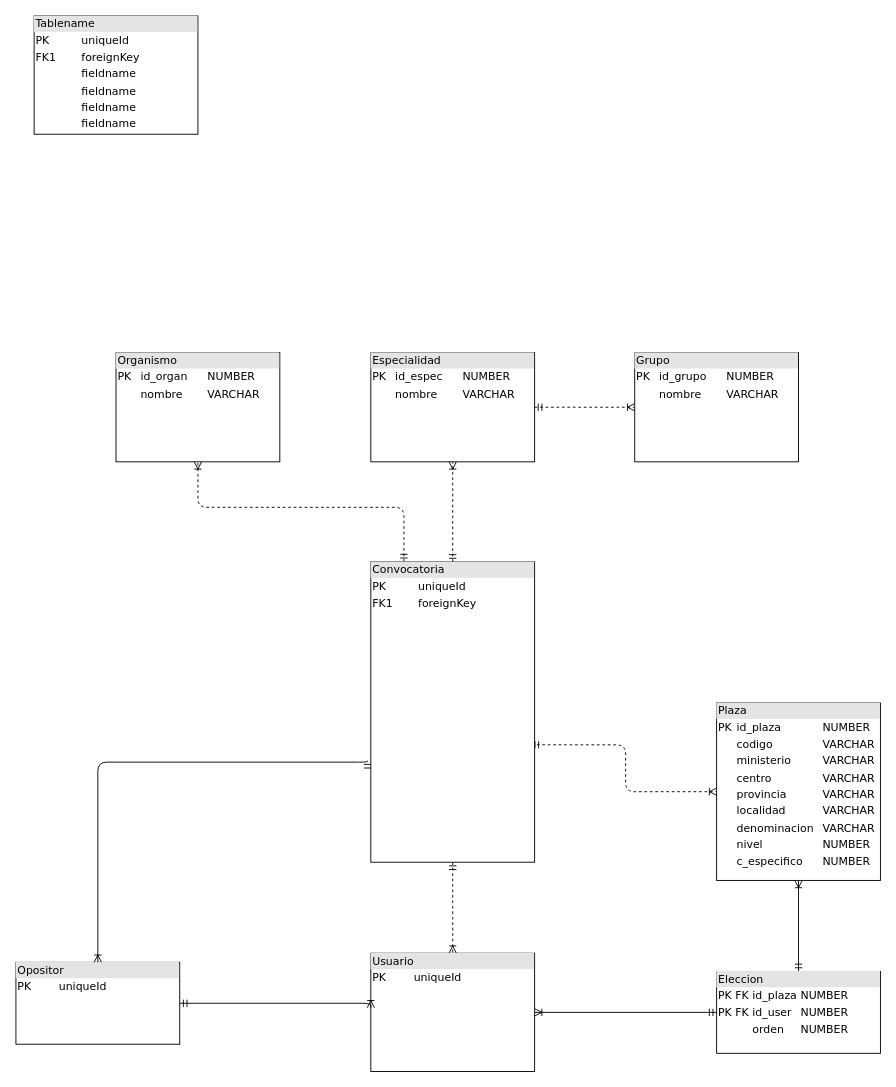
This is diagramas/simuladordestinos.drawio from Castillo82/simuladordestinos, a draw.io file, before an edit. Source tidied: cells renumbered, new cells numbered last; positions are measured from the earlier drawing's top-left corner, leaving out a move shared by most shapes. Both pictures are drawn from the tidied source at 91%, with x=0, y=0 at pixel (15, 15).
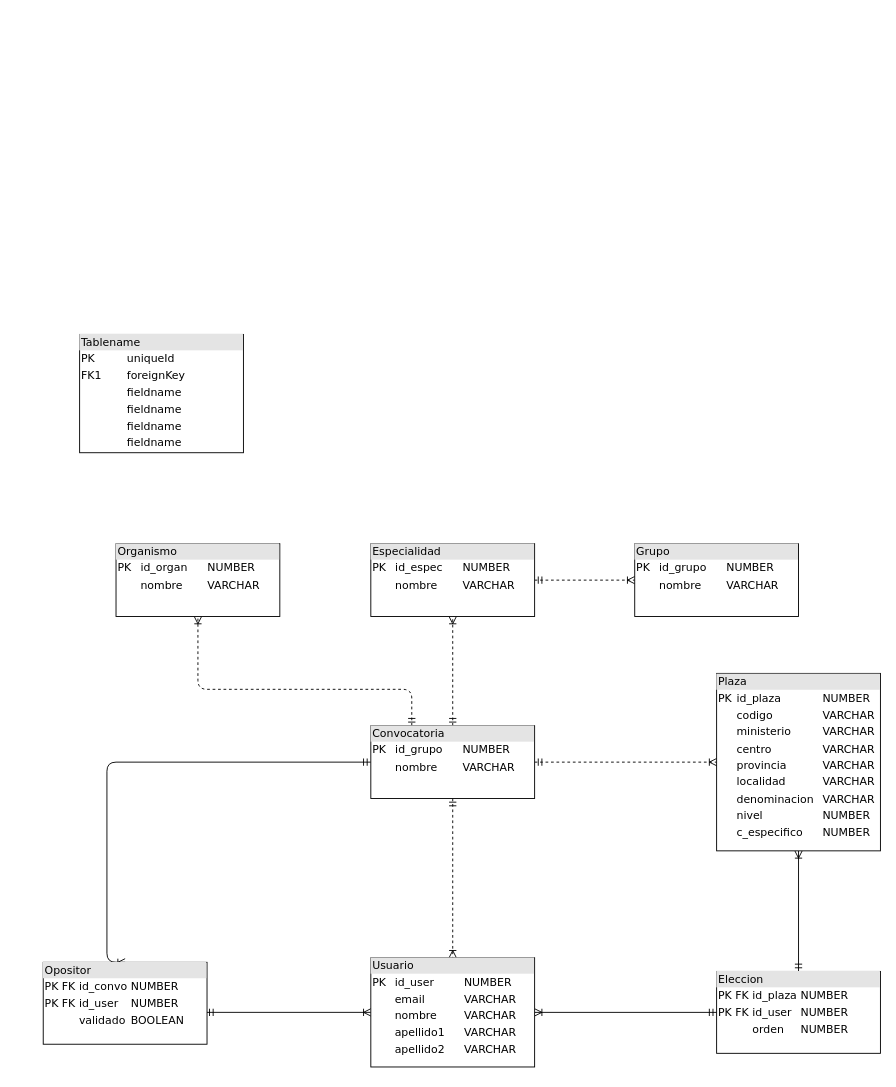
The same page after the edit.

The change refers to these unchanged cells:
```xml
<mxCell id="9" value="&lt;div style=&quot;box-sizing: border-box ; width: 100% ; background: #e4e4e4 ; padding: 2px&quot;&gt;Eleccion&lt;/div&gt;&lt;table cellspacing=&quot;0&quot; cellpadding=&quot;2&quot;&gt;&lt;tbody&gt;&lt;tr&gt;&lt;td&gt;PK FK&lt;br&gt;&lt;/td&gt;&lt;td&gt;id_plaza&lt;br&gt;&lt;/td&gt;&lt;td&gt;NUMBER&lt;br&gt;&lt;/td&gt;&lt;/tr&gt;&lt;tr&gt;&lt;td&gt;PK FK&lt;br&gt;&lt;/td&gt;&lt;td&gt;id_user&lt;br&gt;&lt;/td&gt;&lt;td&gt;NUMBER&lt;br&gt;&lt;/td&gt;&lt;/tr&gt;&lt;tr&gt;&lt;td&gt;&lt;br&gt;&lt;/td&gt;&lt;td&gt;orden&lt;br&gt;&lt;/td&gt;&lt;td&gt;NUMBER&lt;br&gt;&lt;/td&gt;&lt;/tr&gt;&lt;tr&gt;&lt;td&gt;&lt;br&gt;&lt;/td&gt;&lt;td&gt;&lt;br&gt;&lt;/td&gt;&lt;td&gt;&lt;br&gt;&lt;/td&gt;&lt;/tr&gt;&lt;tr&gt;&lt;td&gt;&lt;br&gt;&lt;/td&gt;&lt;td&gt;&lt;br&gt;&lt;/td&gt;&lt;td&gt;&lt;br&gt;&lt;/td&gt;&lt;/tr&gt;&lt;/tbody&gt;&lt;/table&gt;" style="verticalAlign=top;align=left;overflow=fill;html=1;rounded=0;shadow=0;comic=0;labelBackgroundColor=none;strokeWidth=1;fontFamily=Verdana;fontSize=12;" parent="1" vertex="1">
  <mxGeometry x="770" y="1050" width="180" height="90" as="geometry" />
</mxCell>
```

Diff of the diagram source:
```diff
@@
-    <mxCell id="2" style="edgeStyle=orthogonalEdgeStyle;html=1;dashed=1;labelBackgroundColor=none;startArrow=ERmandOne;endArrow=ERoneToMany;fontFamily=Verdana;fontSize=12;align=left;entryX=0.5;entryY=1;entryDx=0;entryDy=0;" parent="1" edge="1" source="11" target="18">
+    <mxCell id="2" style="edgeStyle=orthogonalEdgeStyle;html=1;dashed=1;labelBackgroundColor=none;startArrow=ERmandOne;endArrow=ERoneToMany;fontFamily=Verdana;fontSize=12;align=left;entryX=0.5;entryY=1;entryDx=0;entryDy=0;" parent="1" edge="1" source="22" target="18">
       <mxGeometry relative="1" as="geometry" />
     </mxCell>
-    <mxCell id="3" style="edgeStyle=orthogonalEdgeStyle;html=1;dashed=1;labelBackgroundColor=none;startArrow=ERmandOne;endArrow=ERoneToMany;fontFamily=Verdana;fontSize=12;align=left;entryX=0.5;entryY=1;entryDx=0;entryDy=0;exitX=0.202;exitY=-0.001;exitDx=0;exitDy=0;exitPerimeter=0;" parent="1" edge="1" source="11" target="19">
+    <mxCell id="3" style="edgeStyle=orthogonalEdgeStyle;html=1;dashed=1;labelBackgroundColor=none;startArrow=ERmandOne;endArrow=ERoneToMany;fontFamily=Verdana;fontSize=12;align=left;entryX=0.5;entryY=1;entryDx=0;entryDy=0;exitX=0.25;exitY=0;exitDx=0;exitDy=0;" parent="1" edge="1" source="22" target="19">
       <mxGeometry relative="1" as="geometry">
         <Array as="points">
-          <mxPoint x="426" y="540" />
-          <mxPoint x="200" y="540" />
+          <mxPoint x="435" y="740" />
+          <mxPoint x="200" y="740" />
         </Array>
       </mxGeometry>
     </mxCell>
@@
-    <mxCell id="5" style="edgeStyle=orthogonalEdgeStyle;html=1;exitX=0.98;exitY=0.609;entryX=0;entryY=0.5;dashed=1;labelBackgroundColor=none;startArrow=ERmandOne;endArrow=ERoneToMany;fontFamily=Verdana;fontSize=12;align=left;exitDx=0;exitDy=0;exitPerimeter=0;entryDx=0;entryDy=0;" parent="1" edge="1" source="11" target="6">
+    <mxCell id="5" style="edgeStyle=orthogonalEdgeStyle;html=1;entryX=0;entryY=0.5;dashed=1;labelBackgroundColor=none;startArrow=ERmandOne;endArrow=ERoneToMany;fontFamily=Verdana;fontSize=12;align=left;entryDx=0;entryDy=0;" parent="1" edge="1" source="22" target="6">
       <mxGeometry relative="1" as="geometry" />
     </mxCell>
     <mxCell id="6" value="&lt;div style=&quot;box-sizing: border-box ; width: 100% ; background: #e4e4e4 ; padding: 2px&quot;&gt;Plaza&lt;br&gt;&lt;/div&gt;&lt;table style=&quot;width: 100% ; font-size: 1em&quot; cellspacing=&quot;0&quot; cellpadding=&quot;2&quot;&gt;&lt;tbody&gt;&lt;tr&gt;&lt;td&gt;PK&lt;br&gt;&lt;/td&gt;&lt;td&gt;id_plaza&lt;br&gt;&lt;/td&gt;&lt;td&gt;NUMBER&lt;br&gt;&lt;/td&gt;&lt;/tr&gt;&lt;tr&gt;&lt;td&gt;&lt;br&gt;&lt;/td&gt;&lt;td&gt;codigo&lt;br&gt;&lt;/td&gt;&lt;td&gt;VARCHAR&lt;br&gt;&lt;/td&gt;&lt;/tr&gt;&lt;tr&gt;&lt;td&gt;&lt;br&gt;&lt;/td&gt;&lt;td&gt;ministerio&lt;br&gt;&lt;/td&gt;&lt;td&gt;VARCHAR&lt;br&gt;&lt;/td&gt;&lt;/tr&gt;&lt;tr&gt;&lt;td&gt;&lt;br&gt;&lt;/td&gt;&lt;td&gt;centro&lt;br&gt;&lt;/td&gt;&lt;td&gt;VARCHAR&lt;/td&gt;&lt;/tr&gt;&lt;tr&gt;&lt;td&gt;&lt;br&gt;&lt;/td&gt;&lt;td&gt;provincia&lt;br&gt;&lt;/td&gt;&lt;td&gt;VARCHAR&lt;/td&gt;&lt;/tr&gt;&lt;tr&gt;&lt;td&gt;&lt;br&gt;&lt;/td&gt;&lt;td&gt;localidad&lt;br&gt;&lt;/td&gt;&lt;td&gt;VARCHAR&lt;/td&gt;&lt;/tr&gt;&lt;tr&gt;&lt;td&gt;&lt;br&gt;&lt;/td&gt;&lt;td&gt;denominacion&lt;br&gt;&lt;/td&gt;&lt;td&gt;VARCHAR&lt;/td&gt;&lt;/tr&gt;&lt;tr&gt;&lt;td&gt;&lt;br&gt;&lt;/td&gt;&lt;td&gt;nivel&lt;br&gt;&lt;/td&gt;&lt;td&gt;NUMBER&lt;br&gt;&lt;/td&gt;&lt;/tr&gt;&lt;tr&gt;&lt;td&gt;&lt;br&gt;&lt;/td&gt;&lt;td&gt;c_especifico&lt;br&gt;&lt;/td&gt;&lt;td&gt;NUMBER&lt;br&gt;&lt;/td&gt;&lt;/tr&gt;&lt;/tbody&gt;&lt;/table&gt;" style="verticalAlign=top;align=left;overflow=fill;html=1;rounded=0;shadow=0;comic=0;labelBackgroundColor=none;strokeWidth=1;fontFamily=Verdana;fontSize=12;" parent="1" vertex="1">
-      <mxGeometry x="770" y="755" width="180" height="195" as="geometry" />
+      <mxGeometry x="770" y="722.5" width="180" height="195" as="geometry" />
     </mxCell>
-    <mxCell id="7" value="&lt;div style=&quot;box-sizing: border-box ; width: 100% ; background: #e4e4e4 ; padding: 2px&quot;&gt;Opositor&lt;/div&gt;&lt;table style=&quot;width: 100% ; font-size: 1em&quot; cellspacing=&quot;0&quot; cellpadding=&quot;2&quot;&gt;&lt;tbody&gt;&lt;tr&gt;&lt;td&gt;PK&lt;/td&gt;&lt;td&gt;uniqueId&lt;/td&gt;&lt;/tr&gt;&lt;tr&gt;&lt;td&gt;&lt;br&gt;&lt;/td&gt;&lt;td&gt;&lt;br&gt;&lt;/td&gt;&lt;/tr&gt;&lt;tr&gt;&lt;td&gt;&lt;br&gt;&lt;/td&gt;&lt;td&gt;&lt;br&gt;&lt;/td&gt;&lt;/tr&gt;&lt;tr&gt;&lt;td&gt;&lt;br&gt;&lt;/td&gt;&lt;td&gt;&lt;br&gt;&lt;/td&gt;&lt;/tr&gt;&lt;/tbody&gt;&lt;/table&gt;" style="verticalAlign=top;align=left;overflow=fill;html=1;rounded=0;shadow=0;comic=0;labelBackgroundColor=none;strokeWidth=1;fontFamily=Verdana;fontSize=12;" parent="1" vertex="1">
-      <mxGeometry y="1040" width="180" height="90" as="geometry" />
-    </mxCell>
-    <mxCell id="8" style="edgeStyle=orthogonalEdgeStyle;html=1;entryX=0.5;entryY=0;labelBackgroundColor=none;startArrow=ERmandOne;endArrow=ERoneToMany;fontFamily=Verdana;fontSize=12;align=left;exitX=-0.02;exitY=0.662;exitDx=0;exitDy=0;exitPerimeter=0;" parent="1" edge="1" source="11" target="7">
+    <mxCell id="8" style="edgeStyle=orthogonalEdgeStyle;html=1;entryX=0.5;entryY=0;labelBackgroundColor=none;startArrow=ERmandOne;endArrow=ERoneToMany;fontFamily=Verdana;fontSize=12;align=left;exitX=0;exitY=0.5;exitDx=0;exitDy=0;entryDx=0;entryDy=0;" parent="1" edge="1" source="22" target="20">
       <mxGeometry relative="1" as="geometry">
         <Array as="points">
-          <mxPoint x="386" y="820" />
-          <mxPoint x="90" y="820" />
+          <mxPoint x="100" y="820" />
+          <mxPoint x="100" y="1040" />
         </Array>
       </mxGeometry>
     </mxCell>
@@
-    <mxCell id="10" style="edgeStyle=orthogonalEdgeStyle;html=1;entryX=0.5;entryY=0;labelBackgroundColor=none;startArrow=ERmandOne;endArrow=ERoneToMany;fontFamily=Verdana;fontSize=12;align=left;dashed=1;entryDx=0;entryDy=0;" parent="1" edge="1" source="11" target="15">
+    <mxCell id="10" style="edgeStyle=orthogonalEdgeStyle;html=1;labelBackgroundColor=none;startArrow=ERmandOne;endArrow=ERoneToMany;fontFamily=Verdana;fontSize=12;align=left;dashed=1;" parent="1" edge="1" source="22" target="21">
       <mxGeometry relative="1" as="geometry" />
     </mxCell>
-    <mxCell id="11" value="&lt;div style=&quot;box-sizing: border-box ; width: 100% ; background: #e4e4e4 ; padding: 2px&quot;&gt;Convocatoria&lt;/div&gt;&lt;table style=&quot;width: 100% ; font-size: 1em&quot; cellspacing=&quot;0&quot; cellpadding=&quot;2&quot;&gt;&lt;tbody&gt;&lt;tr&gt;&lt;td&gt;PK&lt;/td&gt;&lt;td&gt;uniqueId&lt;/td&gt;&lt;/tr&gt;&lt;tr&gt;&lt;td&gt;FK1&lt;/td&gt;&lt;td&gt;foreignKey&lt;/td&gt;&lt;/tr&gt;&lt;tr&gt;&lt;td&gt;&lt;br&gt;&lt;/td&gt;&lt;td&gt;&lt;br&gt;&lt;/td&gt;&lt;/tr&gt;&lt;tr&gt;&lt;td&gt;&lt;br&gt;&lt;/td&gt;&lt;td&gt;&lt;br&gt;&lt;/td&gt;&lt;/tr&gt;&lt;tr&gt;&lt;td&gt;&lt;br&gt;&lt;/td&gt;&lt;td&gt;&lt;br&gt;&lt;/td&gt;&lt;/tr&gt;&lt;tr&gt;&lt;td&gt;&lt;br&gt;&lt;/td&gt;&lt;td&gt;&lt;br&gt;&lt;/td&gt;&lt;/tr&gt;&lt;tr&gt;&lt;td&gt;&lt;br&gt;&lt;/td&gt;&lt;td&gt;&lt;br&gt;&lt;/td&gt;&lt;/tr&gt;&lt;tr&gt;&lt;td&gt;&lt;br&gt;&lt;/td&gt;&lt;td&gt;&lt;br&gt;&lt;/td&gt;&lt;/tr&gt;&lt;tr&gt;&lt;td&gt;&lt;br&gt;&lt;/td&gt;&lt;td&gt;&lt;br&gt;&lt;/td&gt;&lt;/tr&gt;&lt;tr&gt;&lt;td&gt;&lt;br&gt;&lt;/td&gt;&lt;td&gt;&lt;br&gt;&lt;/td&gt;&lt;/tr&gt;&lt;tr&gt;&lt;td&gt;&lt;br&gt;&lt;/td&gt;&lt;td&gt;&lt;br&gt;&lt;/td&gt;&lt;/tr&gt;&lt;tr&gt;&lt;td&gt;&lt;br&gt;&lt;/td&gt;&lt;td&gt;&lt;br&gt;&lt;/td&gt;&lt;/tr&gt;&lt;tr&gt;&lt;td&gt;&lt;br&gt;&lt;/td&gt;&lt;td&gt;&lt;br&gt;&lt;/td&gt;&lt;/tr&gt;&lt;tr&gt;&lt;td&gt;&lt;br&gt;&lt;/td&gt;&lt;td&gt;&lt;br&gt;&lt;/td&gt;&lt;/tr&gt;&lt;tr&gt;&lt;td&gt;&lt;br&gt;&lt;/td&gt;&lt;td&gt;&lt;br&gt;&lt;/td&gt;&lt;/tr&gt;&lt;tr&gt;&lt;td&gt;&lt;br&gt;&lt;/td&gt;&lt;td&gt;&lt;br&gt;&lt;/td&gt;&lt;/tr&gt;&lt;tr&gt;&lt;td&gt;&lt;br&gt;&lt;/td&gt;&lt;td&gt;&lt;br&gt;&lt;/td&gt;&lt;/tr&gt;&lt;/tbody&gt;&lt;/table&gt;" style="verticalAlign=top;align=left;overflow=fill;html=1;rounded=0;shadow=0;comic=0;labelBackgroundColor=none;strokeWidth=1;fontFamily=Verdana;fontSize=12;" parent="1" vertex="1">
-      <mxGeometry x="390" y="600" width="180" height="330" as="geometry" />
-    </mxCell>
@@
     <mxCell id="13" value="&lt;div style=&quot;box-sizing: border-box ; width: 100% ; background: #e4e4e4 ; padding: 2px&quot;&gt;Tablename&lt;/div&gt;&lt;table style=&quot;width: 100% ; font-size: 1em&quot; cellspacing=&quot;0&quot; cellpadding=&quot;2&quot;&gt;&lt;tbody&gt;&lt;tr&gt;&lt;td&gt;PK&lt;/td&gt;&lt;td&gt;uniqueId&lt;/td&gt;&lt;/tr&gt;&lt;tr&gt;&lt;td&gt;FK1&lt;/td&gt;&lt;td&gt;foreignKey&lt;/td&gt;&lt;/tr&gt;&lt;tr&gt;&lt;td&gt;&lt;br&gt;&lt;/td&gt;&lt;td&gt;fieldname&lt;/td&gt;&lt;/tr&gt;&lt;tr&gt;&lt;td&gt;&lt;br&gt;&lt;/td&gt;&lt;td&gt;fieldname&lt;br&gt;&lt;/td&gt;&lt;/tr&gt;&lt;tr&gt;&lt;td&gt;&lt;br&gt;&lt;/td&gt;&lt;td&gt;fieldname&lt;br&gt;&lt;/td&gt;&lt;/tr&gt;&lt;tr&gt;&lt;td&gt;&lt;br&gt;&lt;/td&gt;&lt;td&gt;fieldname&lt;br&gt;&lt;/td&gt;&lt;/tr&gt;&lt;/tbody&gt;&lt;/table&gt;" style="verticalAlign=top;align=left;overflow=fill;html=1;rounded=0;shadow=0;comic=0;labelBackgroundColor=none;strokeWidth=1;fontFamily=Verdana;fontSize=12;" parent="1" vertex="1">
-      <mxGeometry x="20" width="180" height="130" as="geometry" />
+      <mxGeometry x="70" y="350" width="180" height="130" as="geometry" />
     </mxCell>
     <mxCell id="14" value="&lt;div style=&quot;box-sizing: border-box ; width: 100% ; background: #e4e4e4 ; padding: 2px&quot;&gt;Grupo&lt;/div&gt;&lt;table style=&quot;width: 100% ; font-size: 1em&quot; cellspacing=&quot;0&quot; cellpadding=&quot;2&quot;&gt;&lt;tbody&gt;&lt;tr&gt;&lt;td&gt;PK&lt;br&gt;&lt;/td&gt;&lt;td&gt;id_grupo&lt;br&gt;&lt;/td&gt;&lt;td&gt;NUMBER&lt;br&gt;&lt;/td&gt;&lt;/tr&gt;&lt;tr&gt;&lt;td&gt;&lt;br&gt;&lt;/td&gt;&lt;td&gt;nombre&lt;br&gt;&lt;/td&gt;&lt;td&gt;VARCHAR&lt;br&gt;&lt;/td&gt;&lt;/tr&gt;&lt;tr&gt;&lt;td&gt;&lt;br&gt;&lt;/td&gt;&lt;td&gt;&lt;br&gt;&lt;/td&gt;&lt;td&gt;&lt;br&gt;&lt;/td&gt;&lt;/tr&gt;&lt;tr&gt;&lt;td&gt;&lt;br&gt;&lt;/td&gt;&lt;td&gt;&lt;br&gt;&lt;/td&gt;&lt;td&gt;&lt;br&gt;&lt;/td&gt;&lt;/tr&gt;&lt;tr&gt;&lt;td&gt;&lt;br&gt;&lt;/td&gt;&lt;td&gt;&lt;br&gt;&lt;/td&gt;&lt;td&gt;&lt;br&gt;&lt;/td&gt;&lt;/tr&gt;&lt;/tbody&gt;&lt;/table&gt;" style="verticalAlign=top;align=left;overflow=fill;html=1;rounded=0;shadow=0;comic=0;labelBackgroundColor=none;strokeWidth=1;fontFamily=Verdana;fontSize=12;" parent="1" vertex="1">
-      <mxGeometry x="680" y="370" width="180" height="120" as="geometry" />
+      <mxGeometry x="680" y="580" width="180" height="80" as="geometry" />
     </mxCell>
-    <mxCell id="15" value="&lt;div style=&quot;box-sizing: border-box ; width: 100% ; background: #e4e4e4 ; padding: 2px&quot;&gt;Usuario&lt;/div&gt;&lt;table style=&quot;width: 100% ; font-size: 1em&quot; cellspacing=&quot;0&quot; cellpadding=&quot;2&quot;&gt;&lt;tbody&gt;&lt;tr&gt;&lt;td&gt;PK&lt;/td&gt;&lt;td&gt;uniqueId&lt;/td&gt;&lt;/tr&gt;&lt;tr&gt;&lt;td&gt;&lt;br&gt;&lt;/td&gt;&lt;td&gt;&lt;br&gt;&lt;/td&gt;&lt;/tr&gt;&lt;tr&gt;&lt;td&gt;&lt;br&gt;&lt;/td&gt;&lt;td&gt;&lt;br&gt;&lt;/td&gt;&lt;/tr&gt;&lt;tr&gt;&lt;td&gt;&lt;br&gt;&lt;/td&gt;&lt;td&gt;&lt;br&gt;&lt;/td&gt;&lt;/tr&gt;&lt;tr&gt;&lt;td&gt;&lt;br&gt;&lt;/td&gt;&lt;td&gt;&lt;br&gt;&lt;/td&gt;&lt;/tr&gt;&lt;tr&gt;&lt;td&gt;&lt;br&gt;&lt;/td&gt;&lt;td&gt;&lt;br&gt;&lt;/td&gt;&lt;/tr&gt;&lt;/tbody&gt;&lt;/table&gt;" style="verticalAlign=top;align=left;overflow=fill;html=1;rounded=0;shadow=0;comic=0;labelBackgroundColor=none;strokeWidth=1;fontFamily=Verdana;fontSize=12;" parent="1" vertex="1">
-      <mxGeometry x="390" y="1030" width="180" height="130" as="geometry" />
-    </mxCell>
-    <mxCell id="16" style="edgeStyle=orthogonalEdgeStyle;html=1;labelBackgroundColor=none;startArrow=ERmandOne;endArrow=ERoneToMany;fontFamily=Verdana;fontSize=12;align=left;entryX=1;entryY=0.5;entryDx=0;entryDy=0;exitX=0;exitY=0.5;exitDx=0;exitDy=0;" parent="1" edge="1" source="9" target="15">
+    <mxCell id="16" style="edgeStyle=orthogonalEdgeStyle;html=1;labelBackgroundColor=none;startArrow=ERmandOne;endArrow=ERoneToMany;fontFamily=Verdana;fontSize=12;align=left;entryX=1;entryY=0.5;entryDx=0;entryDy=0;exitX=0;exitY=0.5;exitDx=0;exitDy=0;" parent="1" edge="1" source="9" target="21">
       <mxGeometry relative="1" as="geometry" />
     </mxCell>
-    <mxCell id="17" style="edgeStyle=orthogonalEdgeStyle;html=1;labelBackgroundColor=none;startArrow=ERmandOne;endArrow=ERoneToMany;fontFamily=Verdana;fontSize=12;align=left;exitX=1;exitY=0.5;exitDx=0;exitDy=0;" parent="1" edge="1" source="7">
-      <mxGeometry relative="1" as="geometry">
-        <mxPoint x="390" y="1090" as="targetPoint" />
-        <Array as="points">
-          <mxPoint x="390" y="1085" />
-        </Array>
-      </mxGeometry>
+    <mxCell id="17" style="edgeStyle=orthogonalEdgeStyle;html=1;labelBackgroundColor=none;startArrow=ERmandOne;endArrow=ERoneToMany;fontFamily=Verdana;fontSize=12;align=left;exitX=0.993;exitY=0.611;exitDx=0;exitDy=0;exitPerimeter=0;" parent="1" edge="1" source="20" target="21">
+      <mxGeometry relative="1" as="geometry" />
     </mxCell>
     <mxCell id="18" value="&lt;div style=&quot;box-sizing: border-box ; width: 100% ; background: #e4e4e4 ; padding: 2px&quot;&gt;Especialidad&lt;/div&gt;&lt;table style=&quot;width: 100% ; font-size: 1em&quot; cellspacing=&quot;0&quot; cellpadding=&quot;2&quot;&gt;&lt;tbody&gt;&lt;tr&gt;&lt;td&gt;PK&lt;br&gt;&lt;/td&gt;&lt;td&gt;id_espec&lt;br&gt;&lt;/td&gt;&lt;td&gt;NUMBER&lt;br&gt;&lt;/td&gt;&lt;/tr&gt;&lt;tr&gt;&lt;td&gt;&lt;br&gt;&lt;/td&gt;&lt;td&gt;nombre&lt;br&gt;&lt;/td&gt;&lt;td&gt;VARCHAR&lt;br&gt;&lt;/td&gt;&lt;/tr&gt;&lt;tr&gt;&lt;td&gt;&lt;br&gt;&lt;/td&gt;&lt;td&gt;&lt;br&gt;&lt;/td&gt;&lt;td&gt;&lt;br&gt;&lt;/td&gt;&lt;/tr&gt;&lt;tr&gt;&lt;td&gt;&lt;br&gt;&lt;/td&gt;&lt;td&gt;&lt;br&gt;&lt;/td&gt;&lt;td&gt;&lt;br&gt;&lt;/td&gt;&lt;/tr&gt;&lt;tr&gt;&lt;td&gt;&lt;br&gt;&lt;/td&gt;&lt;td&gt;&lt;br&gt;&lt;/td&gt;&lt;td&gt;&lt;br&gt;&lt;/td&gt;&lt;/tr&gt;&lt;/tbody&gt;&lt;/table&gt;" style="verticalAlign=top;align=left;overflow=fill;html=1;rounded=0;shadow=0;comic=0;labelBackgroundColor=none;strokeWidth=1;fontFamily=Verdana;fontSize=12;" parent="1" vertex="1">
-      <mxGeometry x="390" y="370" width="180" height="120" as="geometry" />
+      <mxGeometry x="390" y="580" width="180" height="80" as="geometry" />
     </mxCell>
     <mxCell id="19" value="&lt;div style=&quot;box-sizing: border-box ; width: 100% ; background: #e4e4e4 ; padding: 2px&quot;&gt;Organismo&lt;/div&gt;&lt;table style=&quot;width: 100% ; font-size: 1em&quot; cellspacing=&quot;0&quot; cellpadding=&quot;2&quot;&gt;&lt;tbody&gt;&lt;tr&gt;&lt;td&gt;PK&lt;br&gt;&lt;/td&gt;&lt;td&gt;id_organ&lt;br&gt;&lt;/td&gt;&lt;td&gt;NUMBER&lt;br&gt;&lt;/td&gt;&lt;/tr&gt;&lt;tr&gt;&lt;td&gt;&lt;br&gt;&lt;/td&gt;&lt;td&gt;nombre&lt;br&gt;&lt;/td&gt;&lt;td&gt;VARCHAR&lt;br&gt;&lt;/td&gt;&lt;/tr&gt;&lt;tr&gt;&lt;td&gt;&lt;br&gt;&lt;/td&gt;&lt;td&gt;&lt;br&gt;&lt;/td&gt;&lt;td&gt;&lt;br&gt;&lt;/td&gt;&lt;/tr&gt;&lt;tr&gt;&lt;td&gt;&lt;br&gt;&lt;/td&gt;&lt;td&gt;&lt;br&gt;&lt;/td&gt;&lt;td&gt;&lt;br&gt;&lt;/td&gt;&lt;/tr&gt;&lt;tr&gt;&lt;td&gt;&lt;br&gt;&lt;/td&gt;&lt;td&gt;&lt;br&gt;&lt;/td&gt;&lt;td&gt;&lt;br&gt;&lt;/td&gt;&lt;/tr&gt;&lt;/tbody&gt;&lt;/table&gt;" style="verticalAlign=top;align=left;overflow=fill;html=1;rounded=0;shadow=0;comic=0;labelBackgroundColor=none;strokeWidth=1;fontFamily=Verdana;fontSize=12;" parent="1" vertex="1">
-      <mxGeometry x="110" y="370" width="180" height="120" as="geometry" />
+      <mxGeometry x="110" y="580" width="180" height="80" as="geometry" />
     </mxCell>
+    <mxCell id="20" value="&lt;div style=&quot;box-sizing: border-box ; width: 100% ; background: #e4e4e4 ; padding: 2px&quot;&gt;Opositor&lt;/div&gt;&lt;table cellspacing=&quot;0&quot; cellpadding=&quot;2&quot;&gt;&lt;tbody&gt;&lt;tr&gt;&lt;td&gt;PK FK&lt;br&gt;&lt;/td&gt;&lt;td&gt;id_convo&lt;br&gt;&lt;/td&gt;&lt;td&gt;NUMBER&lt;br&gt;&lt;/td&gt;&lt;/tr&gt;&lt;tr&gt;&lt;td&gt;PK FK&lt;br&gt;&lt;/td&gt;&lt;td&gt;id_user&lt;br&gt;&lt;/td&gt;&lt;td&gt;NUMBER&lt;br&gt;&lt;/td&gt;&lt;/tr&gt;&lt;tr&gt;&lt;td&gt;&lt;br&gt;&lt;/td&gt;&lt;td&gt;validado&lt;br&gt;&lt;/td&gt;&lt;td&gt;BOOLEAN&lt;br&gt;&lt;/td&gt;&lt;/tr&gt;&lt;tr&gt;&lt;td&gt;&lt;br&gt;&lt;/td&gt;&lt;td&gt;&lt;br&gt;&lt;/td&gt;&lt;td&gt;&lt;br&gt;&lt;/td&gt;&lt;/tr&gt;&lt;tr&gt;&lt;td&gt;&lt;br&gt;&lt;/td&gt;&lt;td&gt;&lt;br&gt;&lt;/td&gt;&lt;td&gt;&lt;br&gt;&lt;/td&gt;&lt;/tr&gt;&lt;/tbody&gt;&lt;/table&gt;" style="verticalAlign=top;align=left;overflow=fill;html=1;rounded=0;shadow=0;comic=0;labelBackgroundColor=none;strokeWidth=1;fontFamily=Verdana;fontSize=12;" parent="1" vertex="1">
+      <mxGeometry x="30" y="1040" width="180" height="90" as="geometry" />
+    </mxCell>
+    <mxCell id="21" value="&lt;div style=&quot;box-sizing: border-box ; width: 100% ; background: #e4e4e4 ; padding: 2px&quot;&gt;Usuario&lt;br&gt;&lt;/div&gt;&lt;table style=&quot;width: 100% ; font-size: 1em&quot; cellspacing=&quot;0&quot; cellpadding=&quot;2&quot;&gt;&lt;tbody&gt;&lt;tr&gt;&lt;td&gt;PK&lt;br&gt;&lt;/td&gt;&lt;td&gt;id_user&lt;br&gt;&lt;/td&gt;&lt;td&gt;NUMBER&lt;br&gt;&lt;/td&gt;&lt;/tr&gt;&lt;tr&gt;&lt;td&gt;&lt;br&gt;&lt;/td&gt;&lt;td&gt;email&lt;br&gt;&lt;/td&gt;&lt;td&gt;VARCHAR&lt;br&gt;&lt;/td&gt;&lt;/tr&gt;&lt;tr&gt;&lt;td&gt;&lt;br&gt;&lt;/td&gt;&lt;td&gt;nombre&lt;br&gt;&lt;/td&gt;&lt;td&gt;VARCHAR&lt;/td&gt;&lt;/tr&gt;&lt;tr&gt;&lt;td&gt;&lt;br&gt;&lt;/td&gt;&lt;td&gt;apellido1&lt;br&gt;&lt;/td&gt;&lt;td&gt;VARCHAR&lt;/td&gt;&lt;/tr&gt;&lt;tr&gt;&lt;td&gt;&lt;br&gt;&lt;/td&gt;&lt;td&gt;apellido2&lt;br&gt;&lt;/td&gt;&lt;td&gt;VARCHAR&lt;/td&gt;&lt;/tr&gt;&lt;/tbody&gt;&lt;/table&gt;" style="verticalAlign=top;align=left;overflow=fill;html=1;rounded=0;shadow=0;comic=0;labelBackgroundColor=none;strokeWidth=1;fontFamily=Verdana;fontSize=12;" parent="1" vertex="1">
+      <mxGeometry x="390" y="1035" width="180" height="120" as="geometry" />
+    </mxCell>
+    <mxCell id="22" value="&lt;div style=&quot;box-sizing: border-box ; width: 100% ; background: #e4e4e4 ; padding: 2px&quot;&gt;Convocatoria&lt;br&gt;&lt;/div&gt;&lt;table style=&quot;width: 100% ; font-size: 1em&quot; cellspacing=&quot;0&quot; cellpadding=&quot;2&quot;&gt;&lt;tbody&gt;&lt;tr&gt;&lt;td&gt;PK&lt;br&gt;&lt;/td&gt;&lt;td&gt;id_grupo&lt;br&gt;&lt;/td&gt;&lt;td&gt;NUMBER&lt;br&gt;&lt;/td&gt;&lt;/tr&gt;&lt;tr&gt;&lt;td&gt;&lt;br&gt;&lt;/td&gt;&lt;td&gt;nombre&lt;br&gt;&lt;/td&gt;&lt;td&gt;VARCHAR&lt;br&gt;&lt;/td&gt;&lt;/tr&gt;&lt;tr&gt;&lt;td&gt;&lt;br&gt;&lt;/td&gt;&lt;td&gt;&lt;br&gt;&lt;/td&gt;&lt;td&gt;&lt;br&gt;&lt;/td&gt;&lt;/tr&gt;&lt;tr&gt;&lt;td&gt;&lt;br&gt;&lt;/td&gt;&lt;td&gt;&lt;br&gt;&lt;/td&gt;&lt;td&gt;&lt;br&gt;&lt;/td&gt;&lt;/tr&gt;&lt;tr&gt;&lt;td&gt;&lt;br&gt;&lt;/td&gt;&lt;td&gt;&lt;br&gt;&lt;/td&gt;&lt;td&gt;&lt;br&gt;&lt;/td&gt;&lt;/tr&gt;&lt;/tbody&gt;&lt;/table&gt;" style="verticalAlign=top;align=left;overflow=fill;html=1;rounded=0;shadow=0;comic=0;labelBackgroundColor=none;strokeWidth=1;fontFamily=Verdana;fontSize=12;" parent="1" vertex="1">
+      <mxGeometry x="390" y="780" width="180" height="80" as="geometry" />
+    </mxCell>
```
